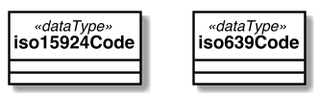
This is images/datatypes.png from CalConnect/csd-calendar-systems, a PlantUML export, as it was before one commit. Source of this version:
```plantuml
@startuml


skinparam Dpi 150
skinparam Monochrome false
skinparam LineType ortho
hide circle
skinparam Default {
  TextAlignment center
  FontName Helvetica
}
skinparam Class {
  AttributeIconSize 0
  BackgroundColor White
  ArrowColor Black
  BorderColor Black
  FontStyle bold
  StereotypeFontSize 10
}
skinparam Rectangle {
  BackgroundColor White
  ArrowColor Black
  BorderColor Black
  FontStyle bold
  FontSize 11
  StereotypeFontSize 10
}
skinparam Object {
  BackgroundColor White
  ArrowColor Black
  BorderColor Black
  FontStyle bold
  FontSize 11
  StereotypeFontSize 10
}

skinparam Entity {
  StereotypeFontSize 10
}



class iso15924Code <<dataType>> {
}

class iso639Code <<dataType>> {
}


@enduml
```
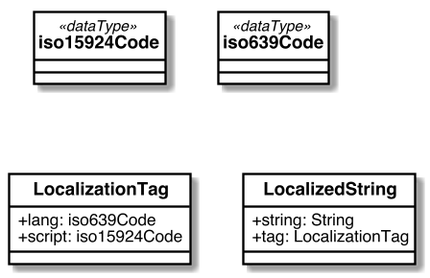
Later version of the same file.

The edit, as a diff of the source:
```diff
@@ -46,5 +46,14 @@
 class iso639Code <<dataType>> {
 }
 
+class LocalizationTag {
+  +lang: iso639Code
+  +script: iso15924Code
+}
+
+class LocalizedString {
+  +string: String
+  +tag: LocalizationTag
+}
 
 @enduml
```
